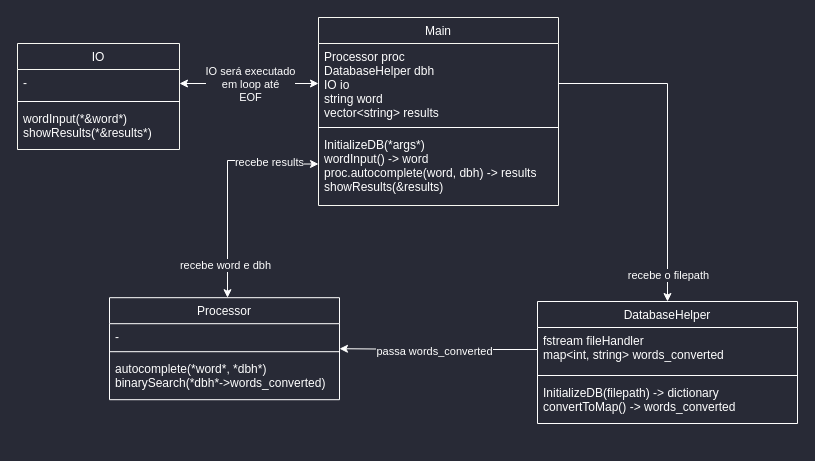
The draw.io diagram autocomplete.drawio in JulioMelo-Classes/trabalho-3-1-autocomplete-jovi-j, before the edit. Source tidied: cells renumbered, new cells numbered last; positions are measured from the earlier drawing's top-left corner, leaving out a move shared by most shapes. Both pictures are drawn from the tidied source at 100%, with x=0, y=0 at pixel (17, 17).
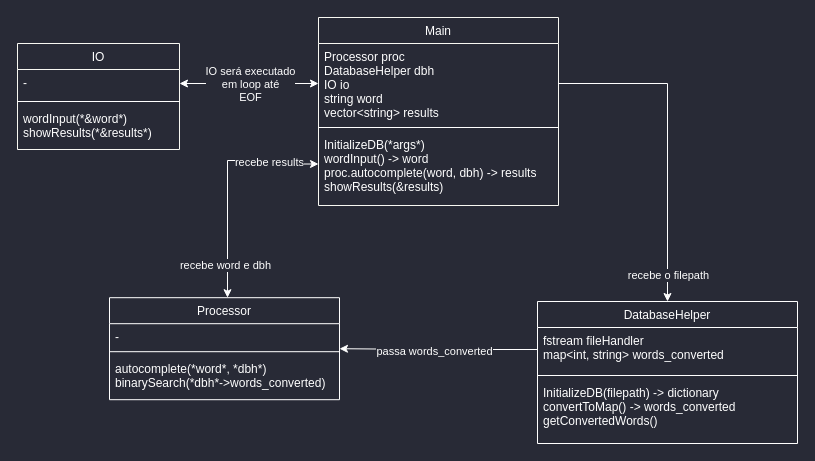
Above is the later version.

The edit, as a diff of the source:
```diff
@@
     <mxCell id="6" value="DatabaseHelper" style="swimlane;fontStyle=0;align=center;verticalAlign=top;horizontal=1;startSize=26;rounded=0;shadow=0;strokeWidth=1;fontColor=#FFFFFF;fillColor=none;labelBorderColor=none;strokeColor=#FFFFFF;" parent="1" vertex="1">
-      <mxGeometry x="520" y="284" width="260" height="122" as="geometry" />
+      <mxGeometry x="520" y="284" width="260" height="142" as="geometry" />
     </mxCell>
@@
-    <mxCell id="9" value="InitializeDB(filepath) -&gt; dictionary&#10;convertToMap() -&gt; words_converted&#10;" style="text;align=left;verticalAlign=top;spacingLeft=4;spacingRight=4;overflow=hidden;fontColor=#FFFFFF;labelBorderColor=none;" parent="6" vertex="1">
+    <mxCell id="9" value="InitializeDB(filepath) -&gt; dictionary&#10;convertToMap() -&gt; words_converted&#10;getConvertedWords()" style="text;align=left;verticalAlign=top;spacingLeft=4;spacingRight=4;overflow=hidden;fontColor=#FFFFFF;labelBorderColor=none;" parent="6" vertex="1">
       <mxGeometry y="78" width="260" height="44" as="geometry" />
     </mxCell>
```
